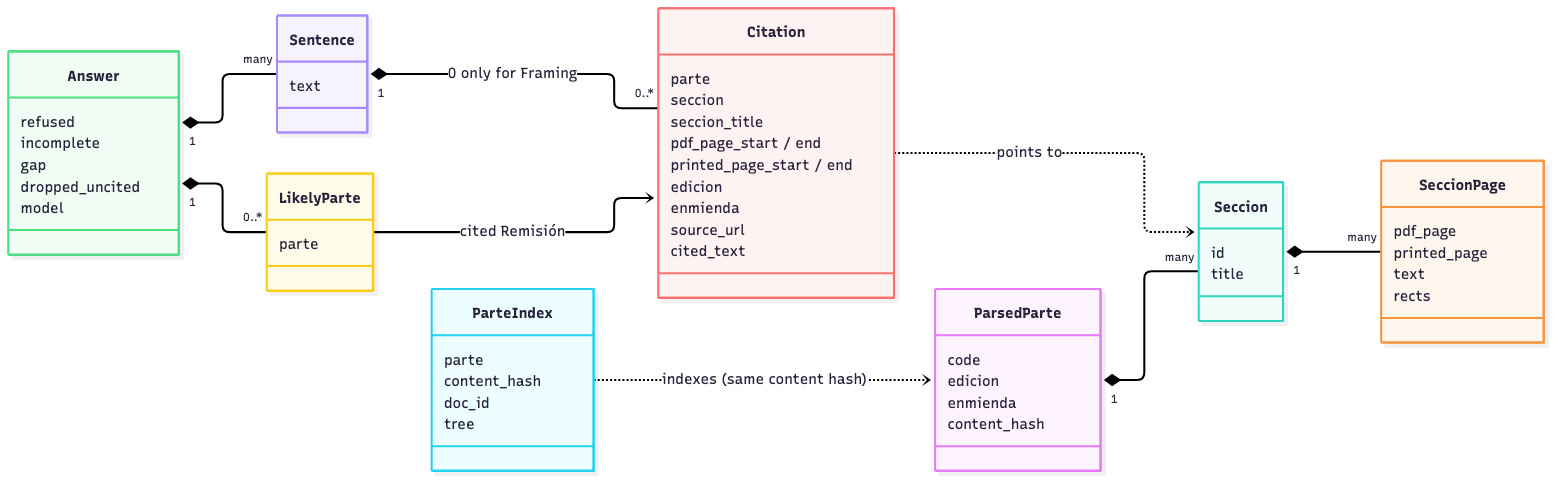
The Mermaid diagram docs/diagrams/domain-model.png in Guernik/raac-rag, before a commit. Its source is kept beside it as docs/diagrams/domain-model.mmd. The source it was exported from:
```mermaid
classDiagram
    direction LR
    class ParsedParte {
        code
        edicion
        enmienda
        content_hash
    }
    class Seccion {
        id
        title
    }
    class SeccionPage {
        pdf_page
        printed_page
        text
        rects
    }
    class ParteIndex {
        parte
        content_hash
        doc_id
        tree
    }
    class Answer {
        refused
        incomplete
        gap
        dropped_uncited
        model
    }
    class Sentence {
        text
    }
    class Citation {
        parte
        seccion
        seccion_title
        pdf_page_start / end
        printed_page_start / end
        edicion
        enmienda
        source_url
        cited_text
    }
    class LikelyParte {
        parte
    }
    ParsedParte "1" *-- "many" Seccion
    Seccion "1" *-- "many" SeccionPage
    ParteIndex ..> ParsedParte : indexes (same content hash)
    Answer "1" *-- "many" Sentence
    Sentence "1" *-- "0..*" Citation : 0 only for Framing
    Answer "1" *-- "0..*" LikelyParte
    LikelyParte --> Citation : cited Remisión
    Citation ..> Seccion : points to
```
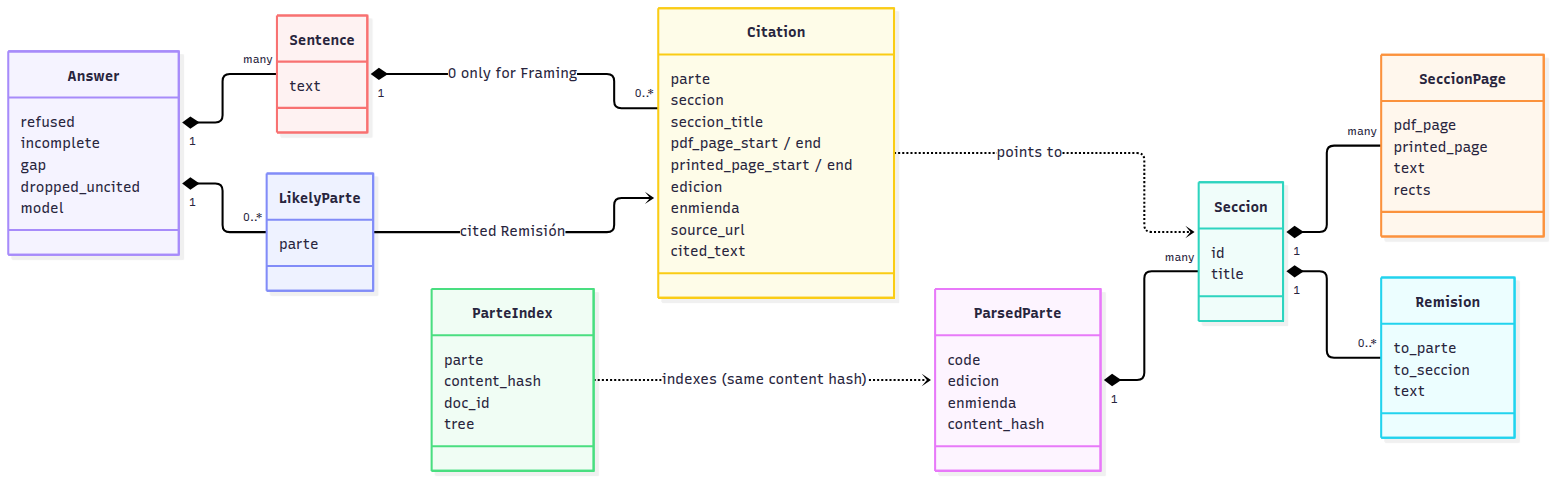
After the commit.

Diff of the diagram source:
```diff
@@ -15,6 +15,11 @@
         printed_page
         text
         rects
+    }
+    class Remision {
+        to_parte
+        to_seccion
+        text
     }
     class ParteIndex {
         parte
@@ -48,6 +53,7 @@
     }
     ParsedParte "1" *-- "many" Seccion
     Seccion "1" *-- "many" SeccionPage
+    Seccion "1" *-- "0..*" Remision
     ParteIndex ..> ParsedParte : indexes (same content hash)
     Answer "1" *-- "many" Sentence
     Sentence "1" *-- "0..*" Citation : 0 only for Framing
```
